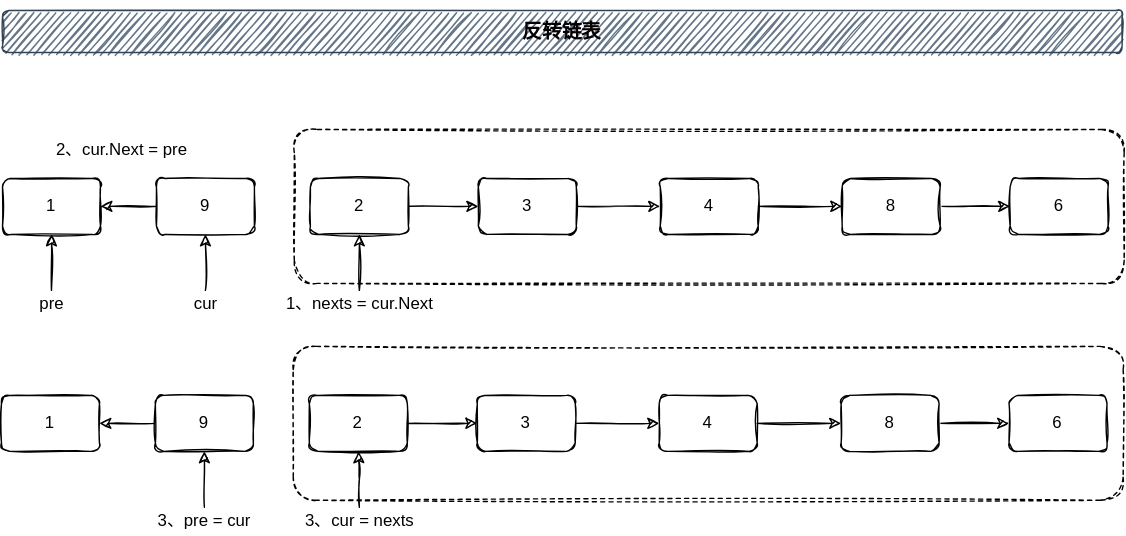
cd-home/Root keeps this draw.io diagram as 05-数据结构与算法/00-数据结构/images/反转链表.svg. Above is the earlier version. Source tidied: cells renumbered, new cells last; positions are measured from the earlier drawing's top-left corner, leaving out a move shared by most shapes. Its diagram source:
```xml
<mxGraphModel>
  <root>
    <mxCell id="0" />
    <mxCell id="1" parent="0" />
    <mxCell id="2" style="rounded=1;whiteSpace=wrap;html=1;dashed=1;sketch=1;" parent="1" vertex="1">
      <mxGeometry x="209.5" y="85" width="593" height="110" as="geometry" />
    </mxCell>
    <mxCell id="3" value="&lt;h3&gt;&lt;font color=&quot;#050001&quot;&gt;反转链表&lt;/font&gt;&lt;/h3&gt;" style="rounded=1;whiteSpace=wrap;html=1;fillColor=#647687;strokeColor=#314354;fontColor=#ffffff;sketch=1;" parent="1" vertex="1">
      <mxGeometry x="1" width="800" height="30" as="geometry" />
    </mxCell>
    <mxCell id="4" value="1" style="rounded=1;whiteSpace=wrap;html=1;sketch=1;" parent="1" vertex="1">
      <mxGeometry x="1" y="120" width="70" height="40" as="geometry" />
    </mxCell>
    <mxCell id="5" style="edgeStyle=orthogonalEdgeStyle;rounded=0;jettySize=auto;html=1;entryX=1;entryY=0.5;entryDx=0;entryDy=0;sketch=1;" parent="1" edge="1" source="6" target="4">
      <mxGeometry relative="1" as="geometry" />
    </mxCell>
    <mxCell id="6" value="9" style="rounded=1;whiteSpace=wrap;html=1;sketch=1;" parent="1" vertex="1">
      <mxGeometry x="111" y="120" width="70" height="40" as="geometry" />
    </mxCell>
    <mxCell id="7" style="edgeStyle=orthogonalEdgeStyle;rounded=0;jettySize=auto;html=1;sketch=1;" parent="1" edge="1" source="8" target="10">
      <mxGeometry relative="1" as="geometry" />
    </mxCell>
    <mxCell id="8" value="2" style="rounded=1;whiteSpace=wrap;html=1;sketch=1;" parent="1" vertex="1">
      <mxGeometry x="221" y="120" width="70" height="40" as="geometry" />
    </mxCell>
    <mxCell id="9" style="edgeStyle=orthogonalEdgeStyle;rounded=0;jettySize=auto;html=1;sketch=1;" parent="1" edge="1" source="10" target="12">
      <mxGeometry relative="1" as="geometry" />
    </mxCell>
    <mxCell id="10" value="3" style="rounded=1;whiteSpace=wrap;html=1;sketch=1;" parent="1" vertex="1">
      <mxGeometry x="341" y="120" width="70" height="40" as="geometry" />
    </mxCell>
    <mxCell id="11" style="edgeStyle=orthogonalEdgeStyle;rounded=0;jettySize=auto;html=1;sketch=1;" parent="1" edge="1" source="12" target="14">
      <mxGeometry relative="1" as="geometry" />
    </mxCell>
    <mxCell id="12" value="4" style="rounded=1;whiteSpace=wrap;html=1;sketch=1;" parent="1" vertex="1">
      <mxGeometry x="471" y="120" width="70" height="40" as="geometry" />
    </mxCell>
    <mxCell id="13" style="edgeStyle=orthogonalEdgeStyle;rounded=0;jettySize=auto;html=1;sketch=1;" parent="1" edge="1" source="14" target="15">
      <mxGeometry relative="1" as="geometry" />
    </mxCell>
    <mxCell id="14" value="8" style="rounded=1;whiteSpace=wrap;html=1;sketch=1;" parent="1" vertex="1">
      <mxGeometry x="601" y="120" width="70" height="40" as="geometry" />
    </mxCell>
    <mxCell id="15" value="6" style="rounded=1;whiteSpace=wrap;html=1;sketch=1;" parent="1" vertex="1">
      <mxGeometry x="721" y="120" width="70" height="40" as="geometry" />
    </mxCell>
    <mxCell id="16" style="edgeStyle=orthogonalEdgeStyle;rounded=0;jettySize=auto;html=1;strokeWidth=1;sketch=1;" parent="1" edge="1" source="17" target="4">
      <mxGeometry relative="1" as="geometry" />
    </mxCell>
    <mxCell id="17" value="pre" style="text;html=1;align=center;verticalAlign=middle;points=[];strokeColor=none;sketch=1;" parent="1" vertex="1">
      <mxGeometry x="21" y="200" width="30" height="20" as="geometry" />
    </mxCell>
    <mxCell id="18" style="edgeStyle=orthogonalEdgeStyle;rounded=0;jettySize=auto;html=1;strokeWidth=1;sketch=1;" parent="1" edge="1" source="19" target="6">
      <mxGeometry relative="1" as="geometry" />
    </mxCell>
    <mxCell id="19" value="cur" style="text;html=1;align=center;verticalAlign=middle;points=[];strokeColor=none;sketch=1;" parent="1" vertex="1">
      <mxGeometry x="131" y="200" width="30" height="20" as="geometry" />
    </mxCell>
    <mxCell id="20" style="edgeStyle=orthogonalEdgeStyle;rounded=0;jettySize=auto;html=1;strokeWidth=1;sketch=1;" parent="1" edge="1" source="21" target="8">
      <mxGeometry relative="1" as="geometry" />
    </mxCell>
    <mxCell id="21" value="1、nexts = cur.Next" style="text;html=1;align=center;verticalAlign=middle;points=[];strokeColor=none;sketch=1;" parent="1" vertex="1">
      <mxGeometry x="196" y="200" width="120" height="20" as="geometry" />
    </mxCell>
    <mxCell id="22" value="2、cur.Next = pre" style="text;html=1;align=center;verticalAlign=middle;strokeColor=none;sketch=1;" parent="1" vertex="1">
      <mxGeometry x="31" y="90" width="110" height="20" as="geometry" />
    </mxCell>
    <mxCell id="23" style="rounded=1;whiteSpace=wrap;html=1;dashed=1;sketch=1;" parent="1" vertex="1">
      <mxGeometry x="208.8" y="240" width="593" height="110" as="geometry" />
    </mxCell>
    <mxCell id="24" value="1" style="rounded=1;whiteSpace=wrap;html=1;sketch=1;" parent="1" vertex="1">
      <mxGeometry x="0.2" y="275" width="70" height="40" as="geometry" />
    </mxCell>
    <mxCell id="25" style="edgeStyle=orthogonalEdgeStyle;rounded=0;jettySize=auto;html=1;entryX=1;entryY=0.5;entryDx=0;entryDy=0;sketch=1;" parent="1" edge="1" source="26" target="24">
      <mxGeometry relative="1" as="geometry" />
    </mxCell>
    <mxCell id="26" value="9" style="rounded=1;whiteSpace=wrap;html=1;sketch=1;" parent="1" vertex="1">
      <mxGeometry x="110.2" y="275" width="70" height="40" as="geometry" />
    </mxCell>
    <mxCell id="27" style="edgeStyle=orthogonalEdgeStyle;rounded=0;jettySize=auto;html=1;sketch=1;" parent="1" edge="1" source="28" target="30">
      <mxGeometry relative="1" as="geometry" />
    </mxCell>
    <mxCell id="28" value="2" style="rounded=1;whiteSpace=wrap;html=1;sketch=1;" parent="1" vertex="1">
      <mxGeometry x="220.2" y="275" width="70" height="40" as="geometry" />
    </mxCell>
    <mxCell id="29" style="edgeStyle=orthogonalEdgeStyle;rounded=0;jettySize=auto;html=1;sketch=1;" parent="1" edge="1" source="30" target="32">
      <mxGeometry relative="1" as="geometry" />
    </mxCell>
    <mxCell id="30" value="3" style="rounded=1;whiteSpace=wrap;html=1;sketch=1;" parent="1" vertex="1">
      <mxGeometry x="340.2" y="275" width="70" height="40" as="geometry" />
    </mxCell>
    <mxCell id="31" style="edgeStyle=orthogonalEdgeStyle;rounded=0;jettySize=auto;html=1;sketch=1;" parent="1" edge="1" source="32" target="34">
      <mxGeometry relative="1" as="geometry" />
    </mxCell>
    <mxCell id="32" value="4" style="rounded=1;whiteSpace=wrap;html=1;sketch=1;" parent="1" vertex="1">
      <mxGeometry x="470.2" y="275" width="70" height="40" as="geometry" />
    </mxCell>
    <mxCell id="33" style="edgeStyle=orthogonalEdgeStyle;rounded=0;jettySize=auto;html=1;sketch=1;" parent="1" edge="1" source="34" target="35">
      <mxGeometry relative="1" as="geometry" />
    </mxCell>
    <mxCell id="34" value="8" style="rounded=1;whiteSpace=wrap;html=1;sketch=1;" parent="1" vertex="1">
      <mxGeometry x="600.2" y="275" width="70" height="40" as="geometry" />
    </mxCell>
    <mxCell id="35" value="6" style="rounded=1;whiteSpace=wrap;html=1;sketch=1;" parent="1" vertex="1">
      <mxGeometry x="720.2" y="275" width="70" height="40" as="geometry" />
    </mxCell>
    <mxCell id="36" style="edgeStyle=orthogonalEdgeStyle;rounded=0;jettySize=auto;html=1;strokeWidth=1;sketch=1;" parent="1" edge="1" source="37" target="26">
      <mxGeometry relative="1" as="geometry" />
    </mxCell>
    <mxCell id="37" value="3、pre = cur" style="text;html=1;align=center;verticalAlign=middle;points=[];strokeColor=none;sketch=1;" parent="1" vertex="1">
      <mxGeometry x="105.2" y="355" width="80" height="20" as="geometry" />
    </mxCell>
    <mxCell id="38" style="edgeStyle=orthogonalEdgeStyle;rounded=0;jettySize=auto;html=1;strokeWidth=1;sketch=1;" parent="1" edge="1" source="39" target="28">
      <mxGeometry relative="1" as="geometry" />
    </mxCell>
    <mxCell id="39" value="3、cur = nexts" style="text;html=1;align=center;verticalAlign=middle;points=[];strokeColor=none;sketch=1;" parent="1" vertex="1">
      <mxGeometry x="211" y="355" width="90" height="20" as="geometry" />
    </mxCell>
  </root>
</mxGraphModel>
```
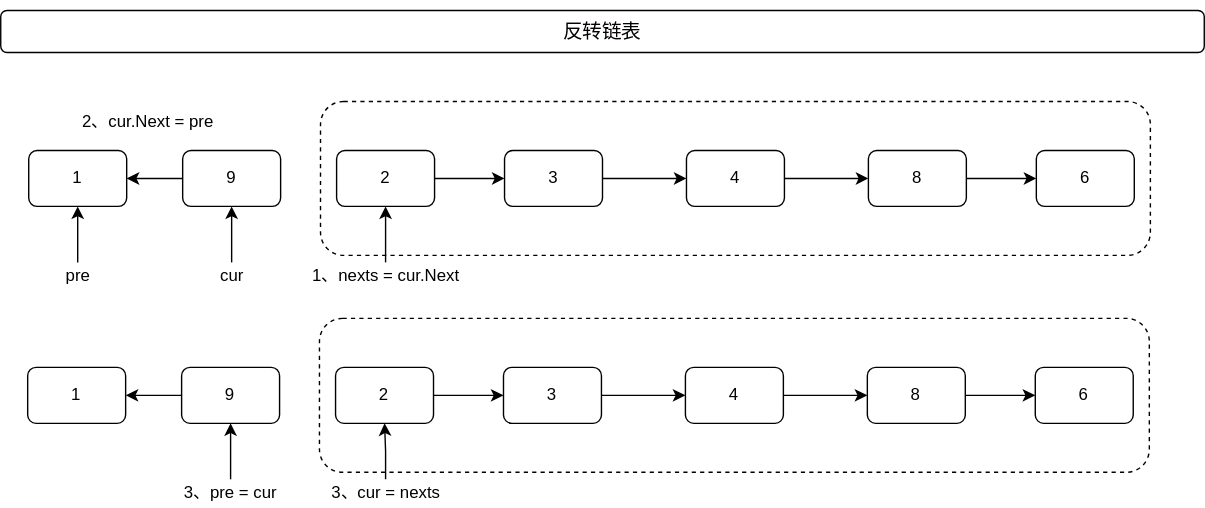
Above is the later version.

What changed in the source:
```diff
@@ -2,118 +2,118 @@
   <root>
     <mxCell id="0" />
     <mxCell id="1" parent="0" />
-    <mxCell id="2" style="rounded=1;whiteSpace=wrap;html=1;dashed=1;sketch=1;" parent="1" vertex="1">
+    <mxCell id="2" style="rounded=1;whiteSpace=wrap;html=1;dashed=1;" parent="1" vertex="1">
       <mxGeometry x="209.5" y="85" width="593" height="110" as="geometry" />
     </mxCell>
-    <mxCell id="3" value="&lt;h3&gt;&lt;font color=&quot;#050001&quot;&gt;反转链表&lt;/font&gt;&lt;/h3&gt;" style="rounded=1;whiteSpace=wrap;html=1;fillColor=#647687;strokeColor=#314354;fontColor=#ffffff;sketch=1;" parent="1" vertex="1">
-      <mxGeometry x="1" width="800" height="30" as="geometry" />
+    <mxCell id="3" value="&lt;h3&gt;&lt;font style=&quot;font-weight: normal;&quot; color=&quot;#050001&quot;&gt;反转链表&lt;/font&gt;&lt;/h3&gt;" style="rounded=1;whiteSpace=wrap;html=1;" parent="1" vertex="1">
+      <mxGeometry x="-19" y="20" width="860" height="30" as="geometry" />
     </mxCell>
-    <mxCell id="4" value="1" style="rounded=1;whiteSpace=wrap;html=1;sketch=1;" parent="1" vertex="1">
+    <mxCell id="4" value="1" style="rounded=1;whiteSpace=wrap;html=1;" parent="1" vertex="1">
       <mxGeometry x="1" y="120" width="70" height="40" as="geometry" />
     </mxCell>
-    <mxCell id="5" style="edgeStyle=orthogonalEdgeStyle;rounded=0;jettySize=auto;html=1;entryX=1;entryY=0.5;entryDx=0;entryDy=0;sketch=1;" parent="1" edge="1" source="6" target="4">
+    <mxCell id="5" style="edgeStyle=orthogonalEdgeStyle;rounded=0;jettySize=auto;html=1;entryX=1;entryY=0.5;entryDx=0;entryDy=0;" parent="1" edge="1" source="6" target="4">
       <mxGeometry relative="1" as="geometry" />
     </mxCell>
-    <mxCell id="6" value="9" style="rounded=1;whiteSpace=wrap;html=1;sketch=1;" parent="1" vertex="1">
+    <mxCell id="6" value="9" style="rounded=1;whiteSpace=wrap;html=1;" parent="1" vertex="1">
       <mxGeometry x="111" y="120" width="70" height="40" as="geometry" />
     </mxCell>
-    <mxCell id="7" style="edgeStyle=orthogonalEdgeStyle;rounded=0;jettySize=auto;html=1;sketch=1;" parent="1" edge="1" source="8" target="10">
+    <mxCell id="7" style="edgeStyle=orthogonalEdgeStyle;rounded=0;jettySize=auto;html=1;" parent="1" edge="1" source="8" target="10">
       <mxGeometry relative="1" as="geometry" />
     </mxCell>
-    <mxCell id="8" value="2" style="rounded=1;whiteSpace=wrap;html=1;sketch=1;" parent="1" vertex="1">
+    <mxCell id="8" value="2" style="rounded=1;whiteSpace=wrap;html=1;" parent="1" vertex="1">
       <mxGeometry x="221" y="120" width="70" height="40" as="geometry" />
     </mxCell>
-    <mxCell id="9" style="edgeStyle=orthogonalEdgeStyle;rounded=0;jettySize=auto;html=1;sketch=1;" parent="1" edge="1" source="10" target="12">
+    <mxCell id="9" style="edgeStyle=orthogonalEdgeStyle;rounded=0;jettySize=auto;html=1;" parent="1" edge="1" source="10" target="12">
       <mxGeometry relative="1" as="geometry" />
     </mxCell>
-    <mxCell id="10" value="3" style="rounded=1;whiteSpace=wrap;html=1;sketch=1;" parent="1" vertex="1">
+    <mxCell id="10" value="3" style="rounded=1;whiteSpace=wrap;html=1;" parent="1" vertex="1">
       <mxGeometry x="341" y="120" width="70" height="40" as="geometry" />
     </mxCell>
-    <mxCell id="11" style="edgeStyle=orthogonalEdgeStyle;rounded=0;jettySize=auto;html=1;sketch=1;" parent="1" edge="1" source="12" target="14">
+    <mxCell id="11" style="edgeStyle=orthogonalEdgeStyle;rounded=0;jettySize=auto;html=1;" parent="1" edge="1" source="12" target="14">
       <mxGeometry relative="1" as="geometry" />
     </mxCell>
-    <mxCell id="12" value="4" style="rounded=1;whiteSpace=wrap;html=1;sketch=1;" parent="1" vertex="1">
+    <mxCell id="12" value="4" style="rounded=1;whiteSpace=wrap;html=1;" parent="1" vertex="1">
       <mxGeometry x="471" y="120" width="70" height="40" as="geometry" />
     </mxCell>
-    <mxCell id="13" style="edgeStyle=orthogonalEdgeStyle;rounded=0;jettySize=auto;html=1;sketch=1;" parent="1" edge="1" source="14" target="15">
+    <mxCell id="13" style="edgeStyle=orthogonalEdgeStyle;rounded=0;jettySize=auto;html=1;" parent="1" edge="1" source="14" target="15">
       <mxGeometry relative="1" as="geometry" />
     </mxCell>
-    <mxCell id="14" value="8" style="rounded=1;whiteSpace=wrap;html=1;sketch=1;" parent="1" vertex="1">
+    <mxCell id="14" value="8" style="rounded=1;whiteSpace=wrap;html=1;" parent="1" vertex="1">
       <mxGeometry x="601" y="120" width="70" height="40" as="geometry" />
     </mxCell>
-    <mxCell id="15" value="6" style="rounded=1;whiteSpace=wrap;html=1;sketch=1;" parent="1" vertex="1">
+    <mxCell id="15" value="6" style="rounded=1;whiteSpace=wrap;html=1;" parent="1" vertex="1">
       <mxGeometry x="721" y="120" width="70" height="40" as="geometry" />
     </mxCell>
-    <mxCell id="16" style="edgeStyle=orthogonalEdgeStyle;rounded=0;jettySize=auto;html=1;strokeWidth=1;sketch=1;" parent="1" edge="1" source="17" target="4">
+    <mxCell id="16" style="edgeStyle=orthogonalEdgeStyle;rounded=0;jettySize=auto;html=1;strokeWidth=1;" parent="1" edge="1" source="17" target="4">
       <mxGeometry relative="1" as="geometry" />
     </mxCell>
-    <mxCell id="17" value="pre" style="text;html=1;align=center;verticalAlign=middle;points=[];strokeColor=none;sketch=1;" parent="1" vertex="1">
+    <mxCell id="17" value="pre" style="text;html=1;align=center;verticalAlign=middle;points=[];" parent="1" vertex="1">
       <mxGeometry x="21" y="200" width="30" height="20" as="geometry" />
     </mxCell>
-    <mxCell id="18" style="edgeStyle=orthogonalEdgeStyle;rounded=0;jettySize=auto;html=1;strokeWidth=1;sketch=1;" parent="1" edge="1" source="19" target="6">
+    <mxCell id="18" style="edgeStyle=orthogonalEdgeStyle;rounded=0;jettySize=auto;html=1;strokeWidth=1;" parent="1" edge="1" source="19" target="6">
       <mxGeometry relative="1" as="geometry" />
     </mxCell>
-    <mxCell id="19" value="cur" style="text;html=1;align=center;verticalAlign=middle;points=[];strokeColor=none;sketch=1;" parent="1" vertex="1">
+    <mxCell id="19" value="cur" style="text;html=1;align=center;verticalAlign=middle;points=[];" parent="1" vertex="1">
       <mxGeometry x="131" y="200" width="30" height="20" as="geometry" />
     </mxCell>
-    <mxCell id="20" style="edgeStyle=orthogonalEdgeStyle;rounded=0;jettySize=auto;html=1;strokeWidth=1;sketch=1;" parent="1" edge="1" source="21" target="8">
+    <mxCell id="20" style="edgeStyle=orthogonalEdgeStyle;rounded=0;jettySize=auto;html=1;strokeWidth=1;" parent="1" edge="1" source="21" target="8">
       <mxGeometry relative="1" as="geometry" />
     </mxCell>
-    <mxCell id="21" value="1、nexts = cur.Next" style="text;html=1;align=center;verticalAlign=middle;points=[];strokeColor=none;sketch=1;" parent="1" vertex="1">
+    <mxCell id="21" value="1、nexts = cur.Next" style="text;html=1;align=center;verticalAlign=middle;points=[];" parent="1" vertex="1">
       <mxGeometry x="196" y="200" width="120" height="20" as="geometry" />
     </mxCell>
-    <mxCell id="22" value="2、cur.Next = pre" style="text;html=1;align=center;verticalAlign=middle;strokeColor=none;sketch=1;" parent="1" vertex="1">
+    <mxCell id="22" value="2、cur.Next = pre" style="text;html=1;align=center;verticalAlign=middle;" parent="1" vertex="1">
       <mxGeometry x="31" y="90" width="110" height="20" as="geometry" />
     </mxCell>
-    <mxCell id="23" style="rounded=1;whiteSpace=wrap;html=1;dashed=1;sketch=1;" parent="1" vertex="1">
+    <mxCell id="23" style="rounded=1;whiteSpace=wrap;html=1;dashed=1;" parent="1" vertex="1">
       <mxGeometry x="208.8" y="240" width="593" height="110" as="geometry" />
     </mxCell>
-    <mxCell id="24" value="1" style="rounded=1;whiteSpace=wrap;html=1;sketch=1;" parent="1" vertex="1">
+    <mxCell id="24" value="1" style="rounded=1;whiteSpace=wrap;html=1;" parent="1" vertex="1">
       <mxGeometry x="0.2" y="275" width="70" height="40" as="geometry" />
     </mxCell>
-    <mxCell id="25" style="edgeStyle=orthogonalEdgeStyle;rounded=0;jettySize=auto;html=1;entryX=1;entryY=0.5;entryDx=0;entryDy=0;sketch=1;" parent="1" edge="1" source="26" target="24">
+    <mxCell id="25" style="edgeStyle=orthogonalEdgeStyle;rounded=0;jettySize=auto;html=1;entryX=1;entryY=0.5;entryDx=0;entryDy=0;" parent="1" edge="1" source="26" target="24">
       <mxGeometry relative="1" as="geometry" />
     </mxCell>
-    <mxCell id="26" value="9" style="rounded=1;whiteSpace=wrap;html=1;sketch=1;" parent="1" vertex="1">
+    <mxCell id="26" value="9" style="rounded=1;whiteSpace=wrap;html=1;" parent="1" vertex="1">
       <mxGeometry x="110.2" y="275" width="70" height="40" as="geometry" />
     </mxCell>
-    <mxCell id="27" style="edgeStyle=orthogonalEdgeStyle;rounded=0;jettySize=auto;html=1;sketch=1;" parent="1" edge="1" source="28" target="30">
+    <mxCell id="27" style="edgeStyle=orthogonalEdgeStyle;rounded=0;jettySize=auto;html=1;" parent="1" edge="1" source="28" target="30">
       <mxGeometry relative="1" as="geometry" />
     </mxCell>
-    <mxCell id="28" value="2" style="rounded=1;whiteSpace=wrap;html=1;sketch=1;" parent="1" vertex="1">
+    <mxCell id="28" value="2" style="rounded=1;whiteSpace=wrap;html=1;" parent="1" vertex="1">
       <mxGeometry x="220.2" y="275" width="70" height="40" as="geometry" />
     </mxCell>
-    <mxCell id="29" style="edgeStyle=orthogonalEdgeStyle;rounded=0;jettySize=auto;html=1;sketch=1;" parent="1" edge="1" source="30" target="32">
+    <mxCell id="29" style="edgeStyle=orthogonalEdgeStyle;rounded=0;jettySize=auto;html=1;" parent="1" edge="1" source="30" target="32">
       <mxGeometry relative="1" as="geometry" />
     </mxCell>
-    <mxCell id="30" value="3" style="rounded=1;whiteSpace=wrap;html=1;sketch=1;" parent="1" vertex="1">
+    <mxCell id="30" value="3" style="rounded=1;whiteSpace=wrap;html=1;" parent="1" vertex="1">
       <mxGeometry x="340.2" y="275" width="70" height="40" as="geometry" />
     </mxCell>
-    <mxCell id="31" style="edgeStyle=orthogonalEdgeStyle;rounded=0;jettySize=auto;html=1;sketch=1;" parent="1" edge="1" source="32" target="34">
+    <mxCell id="31" style="edgeStyle=orthogonalEdgeStyle;rounded=0;jettySize=auto;html=1;" parent="1" edge="1" source="32" target="34">
       <mxGeometry relative="1" as="geometry" />
     </mxCell>
-    <mxCell id="32" value="4" style="rounded=1;whiteSpace=wrap;html=1;sketch=1;" parent="1" vertex="1">
+    <mxCell id="32" value="4" style="rounded=1;whiteSpace=wrap;html=1;" parent="1" vertex="1">
       <mxGeometry x="470.2" y="275" width="70" height="40" as="geometry" />
     </mxCell>
-    <mxCell id="33" style="edgeStyle=orthogonalEdgeStyle;rounded=0;jettySize=auto;html=1;sketch=1;" parent="1" edge="1" source="34" target="35">
+    <mxCell id="33" style="edgeStyle=orthogonalEdgeStyle;rounded=0;jettySize=auto;html=1;" parent="1" edge="1" source="34" target="35">
       <mxGeometry relative="1" as="geometry" />
     </mxCell>
-    <mxCell id="34" value="8" style="rounded=1;whiteSpace=wrap;html=1;sketch=1;" parent="1" vertex="1">
+    <mxCell id="34" value="8" style="rounded=1;whiteSpace=wrap;html=1;" parent="1" vertex="1">
       <mxGeometry x="600.2" y="275" width="70" height="40" as="geometry" />
     </mxCell>
-    <mxCell id="35" value="6" style="rounded=1;whiteSpace=wrap;html=1;sketch=1;" parent="1" vertex="1">
+    <mxCell id="35" value="6" style="rounded=1;whiteSpace=wrap;html=1;" parent="1" vertex="1">
       <mxGeometry x="720.2" y="275" width="70" height="40" as="geometry" />
     </mxCell>
-    <mxCell id="36" style="edgeStyle=orthogonalEdgeStyle;rounded=0;jettySize=auto;html=1;strokeWidth=1;sketch=1;" parent="1" edge="1" source="37" target="26">
+    <mxCell id="36" style="edgeStyle=orthogonalEdgeStyle;rounded=0;jettySize=auto;html=1;strokeWidth=1;" parent="1" edge="1" source="37" target="26">
       <mxGeometry relative="1" as="geometry" />
     </mxCell>
-    <mxCell id="37" value="3、pre = cur" style="text;html=1;align=center;verticalAlign=middle;points=[];strokeColor=none;sketch=1;" parent="1" vertex="1">
+    <mxCell id="37" value="3、pre = cur" style="text;html=1;align=center;verticalAlign=middle;points=[];" parent="1" vertex="1">
       <mxGeometry x="105.2" y="355" width="80" height="20" as="geometry" />
     </mxCell>
-    <mxCell id="38" style="edgeStyle=orthogonalEdgeStyle;rounded=0;jettySize=auto;html=1;strokeWidth=1;sketch=1;" parent="1" edge="1" source="39" target="28">
+    <mxCell id="38" style="edgeStyle=orthogonalEdgeStyle;rounded=0;jettySize=auto;html=1;strokeWidth=1;" parent="1" edge="1" source="39" target="28">
       <mxGeometry relative="1" as="geometry" />
     </mxCell>
-    <mxCell id="39" value="3、cur = nexts" style="text;html=1;align=center;verticalAlign=middle;points=[];strokeColor=none;sketch=1;" parent="1" vertex="1">
+    <mxCell id="39" value="3、cur = nexts" style="text;html=1;align=center;verticalAlign=middle;points=[];" parent="1" vertex="1">
       <mxGeometry x="211" y="355" width="90" height="20" as="geometry" />
     </mxCell>
   </root>
```
